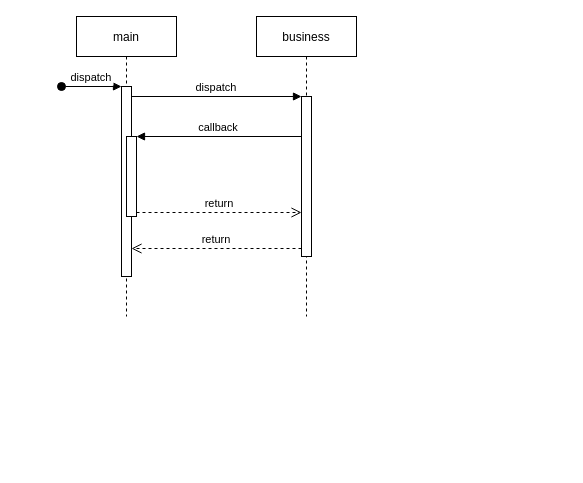
This is 未命名绘图.drawio from leegaox/draw, a draw.io file, before an edit. Source tidied: cells renumbered, new cells numbered last; positions are measured from the earlier drawing's top-left corner, leaving out a move shared by most shapes. Both pictures are drawn from the tidied source at 100%, with x=0, y=0 at pixel (61, 16).
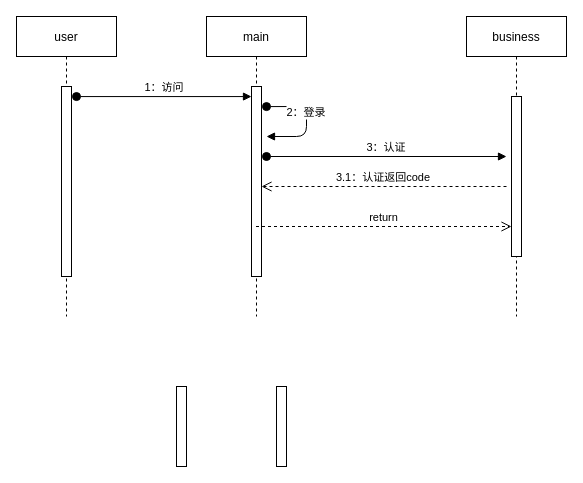
After the change.

Commit message:
更新未命名绘图.drawio

Unchanged cells that the change refers to:
```xml
<mxCell id="3" style="points=[];perimeter=orthogonalPerimeter;rounded=0;shadow=0;strokeWidth=1;" parent="2" vertex="1">
  <mxGeometry x="45" y="70" width="10" height="190" as="geometry" />
</mxCell>
<mxCell id="7" style="points=[];perimeter=orthogonalPerimeter;rounded=0;shadow=0;strokeWidth=1;" parent="6" vertex="1">
  <mxGeometry x="45" y="80" width="10" height="160" as="geometry" />
</mxCell>
```

The edit, as a diff of the source:
```diff
@@
     <mxCell id="2" value="main" style="shape=umlLifeline;perimeter=lifelinePerimeter;rounded=0;shadow=0;strokeWidth=1;" parent="1" vertex="1">
-      <mxGeometry x="15" width="100" height="300" as="geometry" />
+      <mxGeometry x="145" width="100" height="300" as="geometry" />
     </mxCell>
@@
-    <mxCell id="4" value="dispatch" style="verticalAlign=bottom;startArrow=oval;endArrow=block;startSize=8;shadow=0;strokeWidth=1;" parent="2" edge="1" target="3">
-      <mxGeometry relative="1" as="geometry">
-        <mxPoint x="-15" y="70" as="sourcePoint" />
-      </mxGeometry>
-    </mxCell>
-    <mxCell id="5" style="points=[];perimeter=orthogonalPerimeter;rounded=0;shadow=0;strokeWidth=1;" parent="2" vertex="1">
-      <mxGeometry x="50" y="120" width="10" height="80" as="geometry" />
-    </mxCell>
+    <mxCell id="12" value="2：登录" style="verticalAlign=bottom;startArrow=oval;endArrow=block;startSize=8;shadow=0;strokeWidth=1;exitX=1.5;exitY=0.053;exitDx=0;exitDy=0;exitPerimeter=0;" parent="2" edge="1">
+      <mxGeometry relative="1" as="geometry">
+        <mxPoint x="60" y="90.1" as="sourcePoint" />
+        <mxPoint x="60" y="120" as="targetPoint" />
+        <Array as="points">
+          <mxPoint x="100" y="90" />
+          <mxPoint x="100" y="120" />
+        </Array>
+      </mxGeometry>
+    </mxCell>
     <mxCell id="6" value="business" style="shape=umlLifeline;perimeter=lifelinePerimeter;rounded=0;shadow=0;strokeWidth=1;" parent="1" vertex="1">
-      <mxGeometry x="195" width="100" height="300" as="geometry" />
+      <mxGeometry x="405" width="100" height="300" as="geometry" />
     </mxCell>
@@
-    <mxCell id="8" value="return" style="verticalAlign=bottom;endArrow=open;dashed=1;endSize=8;exitX=0;exitY=0.95;shadow=0;strokeWidth=1;" parent="1" edge="1" source="7" target="3">
-      <mxGeometry relative="1" as="geometry" />
+    <mxCell id="8" value="3.1：认证返回code" style="verticalAlign=bottom;endArrow=open;dashed=1;endSize=8;shadow=0;strokeWidth=1;" parent="1" edge="1" target="3">
+      <mxGeometry relative="1" as="geometry">
+        <mxPoint x="445" y="170" as="sourcePoint" />
+        <Array as="points">
+          <mxPoint x="375" y="170" />
+          <mxPoint x="295" y="170" />
+        </Array>
+      </mxGeometry>
     </mxCell>
-    <mxCell id="9" value="dispatch" style="verticalAlign=bottom;endArrow=block;entryX=0;entryY=0;shadow=0;strokeWidth=1;" parent="1" edge="1" source="3" target="7">
-      <mxGeometry relative="1" as="geometry" />
-    </mxCell>
-    <mxCell id="10" value="callback" style="verticalAlign=bottom;endArrow=block;entryX=1;entryY=0;shadow=0;strokeWidth=1;" parent="1" edge="1" source="7" target="5">
-      <mxGeometry relative="1" as="geometry" />
-    </mxCell>
-    <mxCell id="11" value="return" style="verticalAlign=bottom;endArrow=open;dashed=1;endSize=8;exitX=1;exitY=0.95;shadow=0;strokeWidth=1;" parent="1" edge="1" source="5" target="7">
-      <mxGeometry relative="1" as="geometry" />
+    <mxCell id="11" value="return" style="verticalAlign=bottom;endArrow=open;dashed=1;endSize=8;shadow=0;strokeWidth=1;" parent="1" edge="1" source="2" target="7">
+      <mxGeometry relative="1" as="geometry">
+        <Array as="points">
+          <mxPoint x="395" y="210" />
+        </Array>
+      </mxGeometry>
     </mxCell>
+    <mxCell id="13" value="user" style="shape=umlLifeline;perimeter=lifelinePerimeter;rounded=0;shadow=0;strokeWidth=1;" parent="1" vertex="1">
+      <mxGeometry x="-45" width="100" height="300" as="geometry" />
+    </mxCell>
+    <mxCell id="14" style="points=[];perimeter=orthogonalPerimeter;rounded=0;shadow=0;strokeWidth=1;" parent="13" vertex="1">
+      <mxGeometry x="45" y="70" width="10" height="190" as="geometry" />
+    </mxCell>
+    <mxCell id="15" style="perimeter=orthogonalPerimeter;rounded=0;shadow=0;strokeWidth=1;" parent="1" vertex="1">
+      <mxGeometry x="115" y="370" width="10" height="80" as="geometry" />
+    </mxCell>
+    <mxCell id="4" value="1：访问" style="verticalAlign=bottom;startArrow=oval;endArrow=block;startSize=8;shadow=0;strokeWidth=1;exitX=1.5;exitY=0.053;exitDx=0;exitDy=0;exitPerimeter=0;" parent="1" edge="1" source="14" target="3">
+      <mxGeometry relative="1" as="geometry" />
+    </mxCell>
+    <mxCell id="5" style="points=[];perimeter=orthogonalPerimeter;rounded=0;shadow=0;strokeWidth=1;" parent="1" vertex="1">
+      <mxGeometry x="215" y="370" width="10" height="80" as="geometry" />
+    </mxCell>
+    <mxCell id="16" value="3：认证" style="verticalAlign=bottom;startArrow=oval;endArrow=block;startSize=8;shadow=0;strokeWidth=1;exitX=1.5;exitY=0.053;exitDx=0;exitDy=0;exitPerimeter=0;" parent="1" edge="1">
+      <mxGeometry relative="1" as="geometry">
+        <mxPoint x="205" y="140" as="sourcePoint" />
+        <mxPoint x="445" y="140" as="targetPoint" />
+      </mxGeometry>
+    </mxCell>
```
